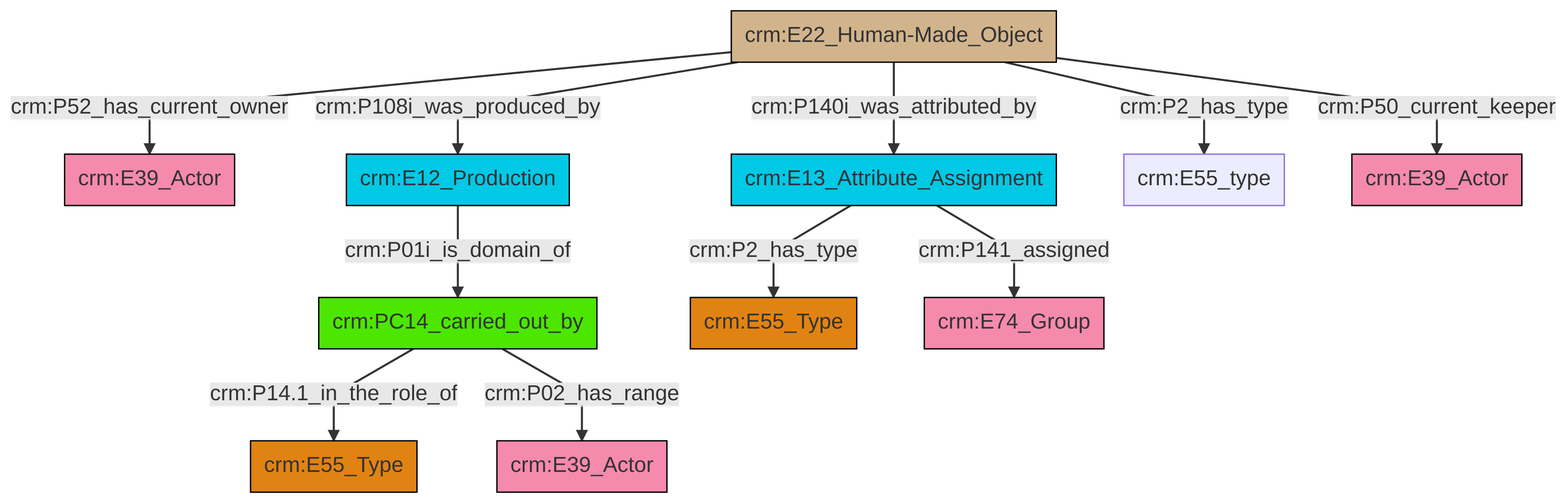
swiss-art-research-net/docs.swissartresearch keeps this Mermaid diagram as et/artworkCSV/ttl/mmd/png/Artwork_Actor_Relations.png. Above is the earlier version. Its source is kept beside it as et/artworkCSV/ttl/mmd/Artwork_Actor_Relations.ttl.mmd.
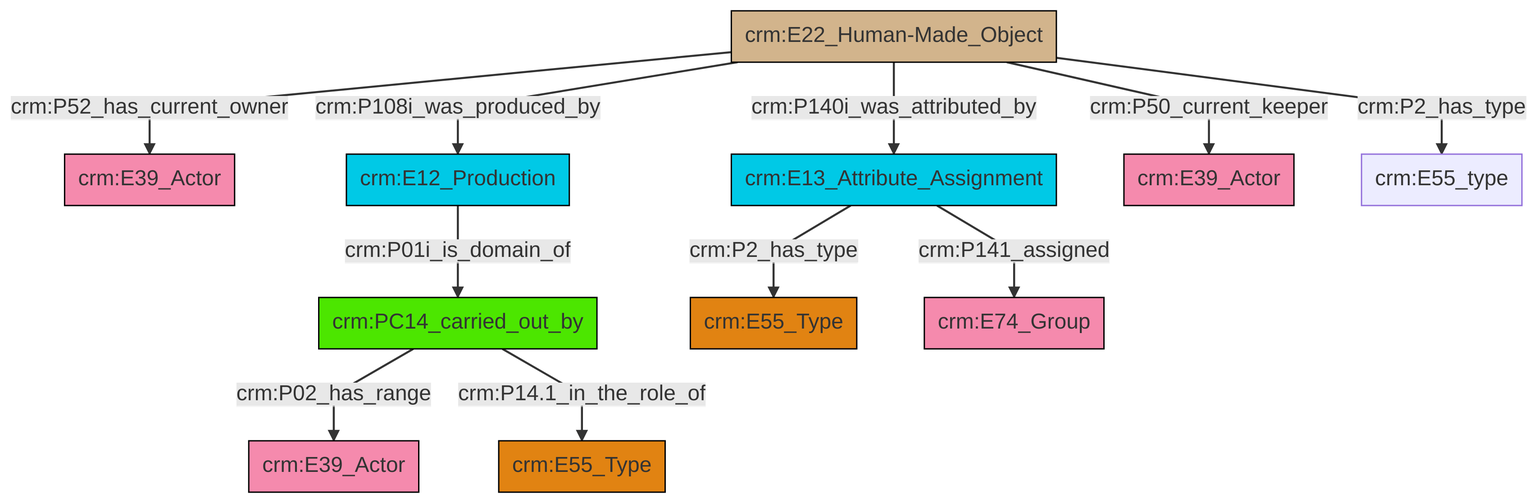
The same diagram one commit later.

The edit, as a diff of the source:
```diff
@@ -13,13 +13,13 @@
 classDef PC_Classes fill:#4ce600, stroke:#000000;
 classDef Multi fill:#cccccc,stroke:#000000;
 
-0["crm:PC14_carried_out_by"]:::PC_Classes -->|crm:P14.1_in_the_role_of| 1["crm:E55_Type"]:::Type
-2["crm:E22_Human-Made_Object"]:::Physical_Thing -->|crm:P52_has_current_owner| 3["crm:E39_Actor"]:::Actor
-0["crm:PC14_carried_out_by"]:::PC_Classes -->|crm:P02_has_range| 4["crm:E39_Actor"]:::Actor
-2["crm:E22_Human-Made_Object"]:::Physical_Thing -->|crm:P108i_was_produced_by| 5["crm:E12_Production"]:::Temporal_Entity
-2["crm:E22_Human-Made_Object"]:::Physical_Thing -->|crm:P140i_was_attributed_by| 9["crm:E13_Attribute_Assignment"]:::Temporal_Entity
-2["crm:E22_Human-Made_Object"]:::Physical_Thing -->|crm:P2_has_type| 15["crm:E55_type"]:::Default
-5["crm:E12_Production"]:::Temporal_Entity -->|crm:P01i_is_domain_of| 0["crm:PC14_carried_out_by"]:::PC_Classes
-2["crm:E22_Human-Made_Object"]:::Physical_Thing -->|crm:P50_current_keeper| 17["crm:E39_Actor"]:::Actor
-9["crm:E13_Attribute_Assignment"]:::Temporal_Entity -->|crm:P2_has_type| 7["crm:E55_Type"]:::Type
-9["crm:E13_Attribute_Assignment"]:::Temporal_Entity -->|crm:P141_assigned| 19["crm:E74_Group"]:::Actor
+0["crm:E22_Human-Made_Object"]:::Physical_Thing -->|crm:P52_has_current_owner| 1["crm:E39_Actor"]:::Actor
+4["crm:E12_Production"]:::Temporal_Entity -->|crm:P01i_is_domain_of| 5["crm:PC14_carried_out_by"]:::PC_Classes
+6["crm:E13_Attribute_Assignment"]:::Temporal_Entity -->|crm:P2_has_type| 7["crm:E55_Type"]:::Type
+6["crm:E13_Attribute_Assignment"]:::Temporal_Entity -->|crm:P141_assigned| 8["crm:E74_Group"]:::Actor
+5["crm:PC14_carried_out_by"]:::PC_Classes -->|crm:P02_has_range| 10["crm:E39_Actor"]:::Actor
+0["crm:E22_Human-Made_Object"]:::Physical_Thing -->|crm:P108i_was_produced_by| 4["crm:E12_Production"]:::Temporal_Entity
+0["crm:E22_Human-Made_Object"]:::Physical_Thing -->|crm:P50_current_keeper| 14["crm:E39_Actor"]:::Actor
+0["crm:E22_Human-Made_Object"]:::Physical_Thing -->|crm:P140i_was_attributed_by| 6["crm:E13_Attribute_Assignment"]:::Temporal_Entity
+5["crm:PC14_carried_out_by"]:::PC_Classes -->|crm:P14.1_in_the_role_of| 2["crm:E55_Type"]:::Type
+0["crm:E22_Human-Made_Object"]:::Physical_Thing -->|crm:P2_has_type| 21["crm:E55_type"]:::Default
```
